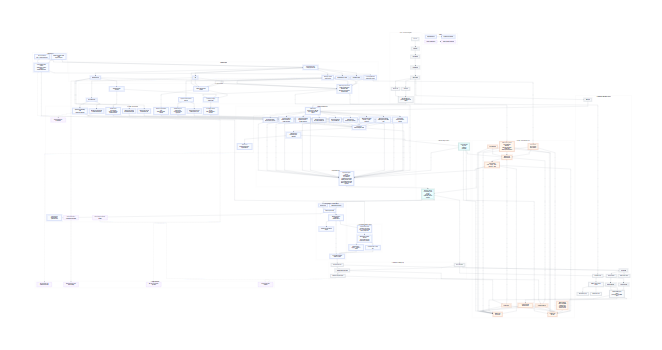
Earlier version of the Mermaid export docs/architecture/truthlens-architecture-blueprint.png (pt2710/TruthLens). Its source is kept beside it as docs/architecture/truthlens-architecture-blueprint.mmd.
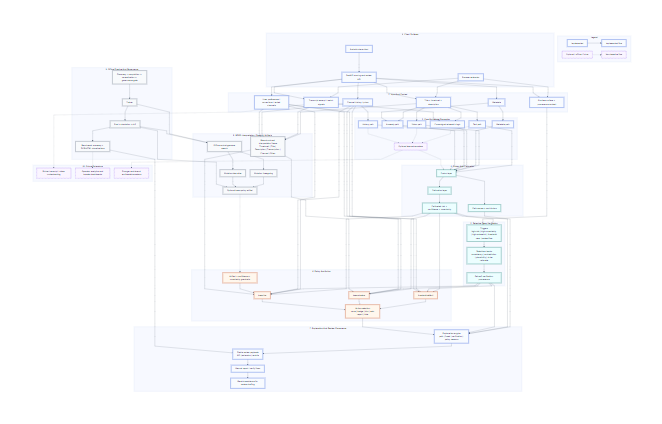
Later version of the same file.

What changed in the source:
```diff
@@ -4,353 +4,194 @@
     "fontFamily": "Arial, Helvetica, sans-serif",
     "primaryTextColor": "#0f172a",
     "lineColor": "#334155",
-    "tertiaryColor": "#ffffff",
     "background": "#ffffff"
   },
   "flowchart": {
     "curve": "linear",
     "htmlLabels": true,
-    "nodeSpacing": 32,
-    "rankSpacing": 42
+    "nodeSpacing": 34,
+    "rankSpacing": 44
   }
 }}%%
 flowchart TB
 
 classDef implemented fill:#f8fbff,stroke:#1d4ed8,stroke-width:1.5px,color:#0f172a;
-classDef supporting fill:#f8fafc,stroke:#475569,stroke-width:1.3px,color:#0f172a;
-classDef emphasis fill:#fff7ed,stroke:#c2410c,stroke-width:1.5px,color:#0f172a;
 classDef contract fill:#ecfeff,stroke:#0f766e,stroke-width:1.5px,color:#0f172a;
+classDef policy fill:#fff7ed,stroke:#c2410c,stroke-width:1.5px,color:#0f172a;
+classDef offline fill:#f8fafc,stroke:#475569,stroke-width:1.3px,color:#0f172a;
 classDef future fill:#faf5ff,stroke:#7c3aed,stroke-width:1.5px,stroke-dasharray: 7 4,color:#0f172a;
 
 subgraph legend["Legend"]
-  legend_impl_a["Implemented block"] --> legend_impl_b["Implemented connection"]
-  legend_future_a["Future / planned block"] -.-> legend_future_b["Future / planned connection"]
+  impl_a["Implemented"] --> impl_b["Implemented flow"]
+  plan_a["Optional / offline / future"] -.-> plan_b["Non-baseline flow"]
 end
-class legend_impl_a,legend_impl_b implemented
-class legend_future_a,legend_future_b future
+class impl_a,impl_b implemented
+class plan_a,plan_b future
 
-subgraph clients["1. Client Surfaces"]
-  extension["Browser extension<br/>feed + watch-page observer"]
-  mobile_client["Android companion / share client<br/>Jetpack Compose"]
-  shared_contract["Cross-platform client contract<br/>shared review-session schemas<br/>/mobile/analyze-share"]
+subgraph surfaces["1. Client Surfaces"]
+  extension["Browser extension"]
+  mobile["Android share client"]
+  api["FastAPI scoring and review API"]
 end
-class extension,mobile_client,shared_contract implemented
+class extension,mobile,api implemented
 
-extension --> shared_contract
-mobile_client --> shared_contract
+subgraph inputs["2. Input And Context"]
+  package["Title + thumbnail + description"]
+  transcript["Transcript excerpt / watch signals"]
+  metadata["Metadata"]
+  channel["Channel history / priors"]
+  user_ctx["User preferences / corrections / muted channels"]
+  runtime_ctx["Runtime surface + provenance context"]
+end
+class package,transcript,metadata,channel,user_ctx,runtime_ctx implemented
 
-subgraph runtime["2. Runtime Inputs"]
-  feed["YouTube feed cards / watch-page metadata"]
-  thumb["Thumbnail image"]
-  title["Title"]
-  desc["Description snippet"]
-  caps["Transcript / captions<br/>when exposed"]
-  channel["Channel history / context"]
-  prefs["Local user preferences<br/>manual review actions"]
+extension --> package
+extension --> transcript
+extension --> runtime_ctx
+mobile --> api
+api --> package
+api --> transcript
+api --> metadata
+api --> channel
+api --> user_ctx
+api --> runtime_ctx
+
+subgraph perception["3. Core Multimodal Perception"]
+  text_path["Text path"]
+  vision_path["Vision path"]
+  metadata_path["Metadata path"]
+  mismatch_logic["Cross-signal mismatch logic"]
+  history_path["History path"]
+  anomaly_path["Anomaly path"]
+  learned_paths["Optional learned encoders"]
 end
-class feed,thumb,title,desc,caps,channel,prefs implemented
+class text_path,vision_path,metadata_path,mismatch_logic,history_path,anomaly_path implemented
+class learned_paths future
 
-extension --> feed
-mobile_client --> feed
-feed --> thumb
-feed --> title
-feed --> desc
-feed --> caps
-feed --> channel
-shared_contract --> prefs
+package --> text_path
+package --> vision_path
+metadata --> metadata_path
+package --> mismatch_logic
+transcript --> mismatch_logic
+channel --> history_path
+package --> anomaly_path
+metadata --> anomaly_path
+text_path -.-> learned_paths
+vision_path -.-> learned_paths
+history_path -.-> learned_paths
 
-subgraph governance["3. Data + Governance Pipeline"]
-  discovery["Discovery"]
-  acquisition["Acquisition"]
-  normalization["Normalization"]
-  dedup["Deduplication"]
-  split["Split manifest"]
-  dataset_card["Dataset card"]
-  audit["Audit report"]
-  gate["Model training gate<br/>governance artifacts must validate"]
+subgraph fusion["4. Fusion And Calibration"]
+  fusion_head["Fusion layer"]
+  calibration["Calibration layer"]
+  path_scores["Path scores + contributors"]
+  risk_signal["Calibrated risk + confidence + uncertainty"]
 end
-class discovery,acquisition,normalization,dedup,split,dataset_card,audit,gate supporting
+class fusion_head,calibration,path_scores,risk_signal contract
 
-discovery --> acquisition --> normalization --> dedup --> split
-split --> dataset_card
-split --> audit
-dataset_card --> gate
-audit --> gate
+text_path --> fusion_head
+vision_path --> fusion_head
+metadata_path --> fusion_head
+mismatch_logic --> fusion_head
+history_path --> fusion_head
+anomaly_path --> fusion_head
+learned_paths -.-> fusion_head
+fusion_head --> calibration --> risk_signal
+fusion_head --> path_scores
 
-subgraph features["4. Feature Extraction"]
-  text_features["Text / title features"]
-  vision_features["Thumbnail feature extraction"]
-  metadata_features["Handcrafted metadata features"]
-  history_features["Sequence-summary history features"]
-  bseo_frames["BSEO interpretation frames<br/>positive / negative priors<br/>Thumbnail / Title / Description / Transcription / Channel / Other"]
-  packaging_features["Combined packaging feature matrix"]
+subgraph verification["5. Selective Deep Verification"]
+  verify_triggers["Triggers<br/>high-risk | high-uncertainty | high-mismatch | threshold-near | review-flow"]
+  verify_checks["Selective checks<br/>consistency | contradiction | plausibility | richer rationale"]
+  verify_failsoft["Fail-soft verification provenance"]
 end
-class text_features,vision_features,metadata_features,history_features,bseo_frames,packaging_features implemented
+class verify_triggers,verify_checks,verify_failsoft contract
 
-title --> text_features
-thumb --> vision_features
-feed --> metadata_features
-title --> metadata_features
-desc --> metadata_features
-caps --> metadata_features
-channel --> history_features
-bseo_frames --> packaging_features
-title --> bseo_frames
-thumb --> bseo_frames
-desc --> bseo_frames
-caps --> bseo_frames
-channel --> bseo_frames
-prefs --> bseo_frames
-vision_features --> packaging_features
-metadata_features --> packaging_features
+risk_signal --> verify_triggers
+runtime_ctx --> verify_triggers
+verify_triggers --> verify_checks --> verify_failsoft
 
-subgraph taxonomy["5. AI / ML Layer Taxonomy"]
-  text_sparse["Baseline text representation<br/>CountVectorizer bigrams"]
-  text_embed["Optional text embedding layer<br/>sentence-transformer"]
-  vision_engineered["Baseline vision representation<br/>vision-v2 engineered thumbnail features"]
-  vision_cnn["Optional vision encoder<br/>tiny CNN thumbnail path"]
-  vision_vit["Optional vision encoder<br/>ViT thumbnail path"]
-  metadata_repr["Metadata representation layer<br/>handcrafted tabular assembly"]
-  temporal_summary["Baseline temporal summary layer<br/>sequence-summary aggregation"]
-  temporal_lstm["Optional temporal encoder<br/>LSTM sequence path"]
-  vae_repr["Packaging anomaly encoder<br/>VAE over thumbnail + metadata"]
-  llm_assist["LLM assist layer<br/>Gemini drafting / optimization only"]
-  future_text["Future stronger text transformers"]
-  future_video["Future richer video / transcript understanding"]
-  future_analytics["Future deeper moderation analytics"]
+subgraph policy_layer["6. Policy And Action"]
+  threshold_default["threshold-default"]
+  bseo_shadow["bseo-shadow"]
+  bseo_live["bseo-live"]
+  guardrails["Artifact + confidence + uncertainty guardrails"]
+  action_map["Action selection<br/>none | badge | blur | ask-report | hide"]
 end
-class text_sparse,text_embed,vision_engineered,vision_cnn,vision_vit,metadata_repr,temporal_summary,temporal_lstm,vae_repr,llm_assist implemented
-class future_text,future_video,future_analytics future
+class threshold_default,bseo_shadow,bseo_live,guardrails,action_map policy
 
-text_features --> text_sparse
-text_features --> text_embed
-vision_features --> vision_engineered
-thumb --> vision_cnn
-thumb --> vision_vit
-metadata_features --> metadata_repr
-history_features --> temporal_summary
-history_features --> temporal_lstm
-packaging_features --> vae_repr
-text_embed -.-> future_text
-caps -.-> future_video
+risk_signal --> threshold_default
+risk_signal --> bseo_shadow
+risk_signal --> bseo_live
+verify_failsoft --> threshold_default
+verify_failsoft --> bseo_shadow
+verify_failsoft --> bseo_live
+channel --> threshold_default
+channel --> bseo_shadow
+channel --> bseo_live
+user_ctx --> threshold_default
+user_ctx --> bseo_shadow
+user_ctx --> bseo_live
+guardrails --> bseo_live
+threshold_default --> action_map
+bseo_shadow --> action_map
+bseo_live --> action_map
 
-subgraph model_stack["6. Multimodal Model Stack"]
-  trainer["Offline trainer<br/>fit heads, fusion, calibration<br/>export model and policy artifacts"]
-  text_head_sparse["Text head (baseline)<br/>sklearn logistic regression"]
-  text_head_embed["Text head (optional)<br/>sentence-transformer → logistic regression"]
-  vision_head_engineered["Vision head (baseline)<br/>engineered features → logistic regression"]
-  vision_head_cnn["Vision head (optional)<br/>tiny CNN probability path"]
-  vision_head_vit["Vision head (optional)<br/>ViT probability path"]
-  metadata_head["Metadata head<br/>sklearn logistic regression"]
-  history_head_summary["History head (baseline)<br/>summary → logistic regression"]
-  history_head_lstm["History head (optional)<br/>LSTM sequence probability path"]
-  anomaly_head["Anomaly head<br/>VAE reconstruction anomaly"]
-  fusion_head["Fusion head<br/>multimodal logistic fusion"]
-  calibration_head["Calibration head<br/>Platt-style logistic calibration"]
-  model_note["Runtime note<br/>bounded learned paths + explicit fallbacks"]
+subgraph explanation["7. Explanation And Review Provenance"]
+  explanation_engine["Explanation engine<br/>path | fused | verification | policy reasons"]
+  review_payloads["Stable review payloads<br/>API | extension | mobile"]
+  manual_review["Manual report / verify flows"]
+  gemini["Gemini assistance for review drafting"]
 end
-class trainer,text_head_sparse,text_head_embed,vision_head_engineered,vision_head_cnn,vision_head_vit,metadata_head,history_head_summary,history_head_lstm,anomaly_head,fusion_head,calibration_head,model_note implemented
+class explanation_engine,review_payloads,manual_review,gemini implemented
 
-gate --> trainer
-text_sparse --> text_head_sparse
-text_embed --> text_head_embed
-vision_engineered --> vision_head_engineered
-vision_cnn --> vision_head_cnn
-vision_vit --> vision_head_vit
-metadata_repr --> metadata_head
-temporal_summary --> history_head_summary
-temporal_lstm --> history_head_lstm
-vae_repr --> anomaly_head
+path_scores --> explanation_engine
+risk_signal --> explanation_engine
+verify_failsoft --> explanation_engine
+action_map --> explanation_engine
+explanation_engine --> review_payloads --> manual_review
+manual_review --> gemini
 
-trainer --> text_head_sparse
-trainer --> text_head_embed
-trainer --> vision_head_engineered
-trainer --> vision_head_cnn
-trainer --> vision_head_vit
-trainer --> metadata_head
-trainer --> history_head_summary
-trainer --> history_head_lstm
-trainer --> anomaly_head
-
-text_head_sparse --> fusion_head
-text_head_embed --> fusion_head
-vision_head_engineered --> fusion_head
-vision_head_cnn --> fusion_head
-vision_head_vit --> fusion_head
-metadata_head --> fusion_head
-history_head_summary --> fusion_head
-history_head_lstm --> fusion_head
-anomaly_head --> fusion_head
-fusion_head --> calibration_head
-calibration_head --> model_note
-
-subgraph outputs["7. Inference Output Contract"]
-  model_signal["Core model signal<br/>risk_score<br/>confidence<br/>uncertainty"]
-  score_contract["Final score contract<br/>recommended_action<br/>reasons<br/>explanation_id<br/>explanation_summary<br/>evidence"]
-end
-class model_signal,score_contract contract
-
-calibration_head --> model_signal
-
-subgraph policy["8. Policy + Personalization Layer"]
-  base_thresholds["Base thresholds"]
-  bseo_control["BSEO control genome<br/>class-conditioned thresholds<br/>mismatch dampening / amplification<br/>channel-prior temperature"]
-  feedback_bias["Feedback bias"]
-  bandit_offsets["Contextual-bandit threshold offsets"]
-  channel_bias["Channel-specific bias"]
-  user_bias["User strictness<br/>prior corrections<br/>muted channels"]
-  threshold_mode["Runtime mode<br/>threshold-default"]
-  shadow_mode["Runtime mode<br/>bseo-shadow"]
-  live_mode["Runtime mode<br/>bseo-live"]
-  guardrails["BSEO guardrails<br/>artifact compatibility<br/>confidence floor<br/>uncertainty ceiling<br/>staleness checks"]
-  action_map["Action mapping<br/>none → badge → blur → ask-report → hide"]
-end
-class base_thresholds,bseo_control,feedback_bias,bandit_offsets,channel_bias,user_bias,threshold_mode,shadow_mode,live_mode,guardrails,action_map emphasis
-
-model_signal --> threshold_mode
-model_signal --> shadow_mode
-model_signal --> live_mode
-bseo_frames --> bseo_control
-prefs --> user_bias
-base_thresholds --> threshold_mode
-base_thresholds --> shadow_mode
-base_thresholds --> live_mode
-bseo_control --> threshold_mode
-bseo_control --> shadow_mode
-bseo_control --> live_mode
-feedback_bias --> threshold_mode
-feedback_bias --> shadow_mode
-feedback_bias --> live_mode
-bandit_offsets --> shadow_mode
-bandit_offsets --> live_mode
-channel_bias --> threshold_mode
-channel_bias --> shadow_mode
-channel_bias --> live_mode
-user_bias --> threshold_mode
-user_bias --> shadow_mode
-user_bias --> live_mode
-guardrails --> live_mode
-threshold_mode --> action_map
-shadow_mode --> action_map
-live_mode --> action_map
-action_map --> score_contract
-
-subgraph explain["9. Explanation Layer"]
-  explainer["Explanation engine<br/>reasons<br/>evidence buckets<br/>top contributors<br/>counterfactual summaries<br/>BSEO parameter frames<br/>class-conditioned guardrails<br/>BSEO override note when applicable"]
-end
-class explainer implemented
-
-text_head_sparse --> explainer
-text_head_embed --> explainer
-vision_head_engineered --> explainer
-vision_head_cnn --> explainer
-vision_head_vit --> explainer
-metadata_head --> explainer
-history_head_summary --> explainer
-history_head_lstm --> explainer
-anomaly_head --> explainer
-fusion_head --> explainer
-bseo_frames --> explainer
-action_map --> explainer
-model_signal --> explainer
-explainer --> score_contract
-
-subgraph review["10. Human-in-the-Loop Review Layer"]
-  prompt_report["Report prompt"]
-  prompt_verify["Verify-transparent prompt"]
-  draft["Manual report drafting"]
-  optimize["Gemini suggestion / optimization<br/>heuristic fallback"]
-  youtube["YouTube report submission support"]
-  local_feedback["Local positive / negative feedback capture"]
-end
-class prompt_report,prompt_verify,draft,optimize,youtube,local_feedback implemented
-
-score_contract --> prompt_report
-score_contract --> prompt_verify
-prompt_report --> draft
-prompt_verify --> draft
-draft --> optimize
-optimize --> youtube
-optimize --> local_feedback
-draft --> llm_assist
-
-subgraph cross_platform["11. Cross-Platform Review Session"]
-  mobile_analyze["/mobile/analyze-share<br/>normalize watch context<br/>score + explanation bundle<br/>review prompt state"]
-  shared_review["Shared review-session schemas<br/>report / verify payloads<br/>status-stream semantics"]
-  android_flow["Android analyze → suggest → optimize → submit"]
-  extension_flow["Extension review / verify flow"]
-end
-class mobile_analyze,shared_review,android_flow,extension_flow implemented
-
-shared_contract --> mobile_analyze
-mobile_analyze --> shared_review
-shared_review --> android_flow
-shared_review --> extension_flow
-optimize --> mobile_analyze
-android_flow --> local_feedback
-extension_flow --> local_feedback
-
-subgraph loops["12. Feedback / Learning Loops"]
-  feedback_store["Feedback event store"]
-  score_store["Score event store"]
-  channel_profiles["Channel profile aggregation"]
-  threshold_inputs["Threshold adaptation inputs"]
-end
-class feedback_store,score_store,channel_profiles,threshold_inputs supporting
-
-local_feedback --> feedback_store
-score_contract --> score_store
-feedback_store --> channel_profiles
-score_store --> channel_profiles
-channel_profiles --> threshold_inputs
-channel_profiles --> channel_bias
-threshold_inputs --> feedback_bias
-
-subgraph evaluation["13. Evaluation / Simulation / Search"]
-  threshold_sweep["Threshold sweep"]
-  qtable["Q-table build"]
-  policy_derivation["Policy derivation"]
-  bellman["Bellman state values"]
-  replay["Replay simulation"]
-  bseo_search["BSEO control-genome search"]
+subgraph bseo_layer["8. BSEO Interpretation / Search / Artifacts"]
+  bseo_frame["Bias-structured interpretation frame<br/>Thumbnail | Title | Description | Transcription | Channel | Other"]
+  bseo_search["Offline control-genome search"]
   lineage["Mutation lineage log"]
   atlas["Mutation-bias atlas"]
-  bandit["Contextual bandit"]
-  policy_artifact["Runtime BSEO policy artifact<br/>plus rl-policy compatibility export"]
-  drift["Drift report"]
+  bseo_policy_artifact["Optional bseo-policy artifact"]
 end
-class threshold_sweep,qtable,policy_derivation,bellman,replay,bseo_search,lineage,atlas,bandit,policy_artifact,drift supporting
+class bseo_frame,bseo_search,lineage,atlas,bseo_policy_artifact offline
 
-split --> threshold_sweep
-split --> drift
-score_store --> threshold_sweep
-feedback_store --> qtable
-score_store --> qtable
-qtable --> policy_derivation
-qtable --> bellman
-policy_derivation --> replay
-threshold_sweep --> bseo_search
-threshold_sweep --> bandit
+package --> bseo_frame
+transcript --> bseo_frame
+channel --> bseo_frame
+user_ctx --> bseo_frame
+bseo_frame --> bseo_shadow
+bseo_frame --> bseo_live
 bseo_search --> lineage
 bseo_search --> atlas
-replay --> policy_artifact
-bseo_search --> policy_artifact
-bandit --> policy_artifact
-policy_artifact --> shadow_mode
-policy_artifact --> live_mode
-policy_artifact --> bandit_offsets
-drift --> trainer
+lineage --> bseo_policy_artifact
+atlas --> bseo_policy_artifact
+bseo_policy_artifact -.-> guardrails
 
-subgraph future_stack["14. Future Extensions"]
-  stronger_models["Stronger end-to-end multimodal encoders"]
+subgraph offline_pipeline["9. Offline Pipeline And Governance"]
+  governance["Discovery -> acquisition -> normalization -> governance gate"]
+  trainer["Trainer"]
+  evals["Eval + simulation + drift"]
+  benchmark["Benchmark summary + SVG/HTML visualizations"]
+end
+class governance,trainer,evals,benchmark offline
+
+governance --> trainer --> evals --> benchmark
+trainer --> bseo_search
+evals --> bseo_search
+evals --> bseo_policy_artifact
+benchmark --> review_payloads
+
+subgraph future_stack["10. Future Extensions"]
   richer_video["Richer transcript / video understanding"]
-  broader_clients["Broader cross-platform expansion"]
-  analytics["Deeper moderation analytics"]
+  deeper_analytics["Operator analytics and broader dashboards"]
+  stronger_multimodal["Stronger end-to-end multimodal encoders"]
 end
-class stronger_models,richer_video,broader_clients,analytics future
+class richer_video,deeper_analytics,stronger_multimodal future
 
-trainer -.-> stronger_models
-future_video -.-> richer_video
-shared_contract -.-> broader_clients
-threshold_inputs -.-> analytics
-future_analytics -.-> analytics
+transcript -.-> richer_video
+benchmark -.-> deeper_analytics
+learned_paths -.-> stronger_multimodal
```
